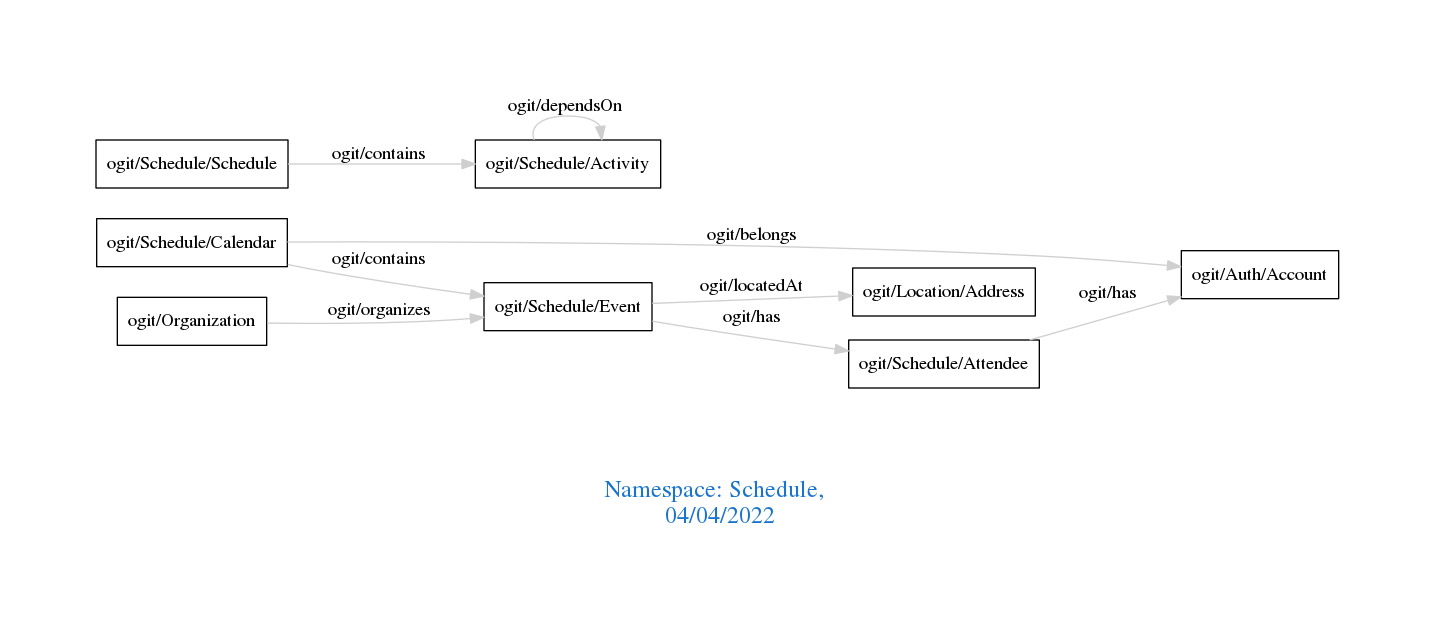
Before: downloads/Schedule.png, a diagram exported from Graphviz (arago/OGIT). Its source is kept beside it as downloads/Schedule.dot.
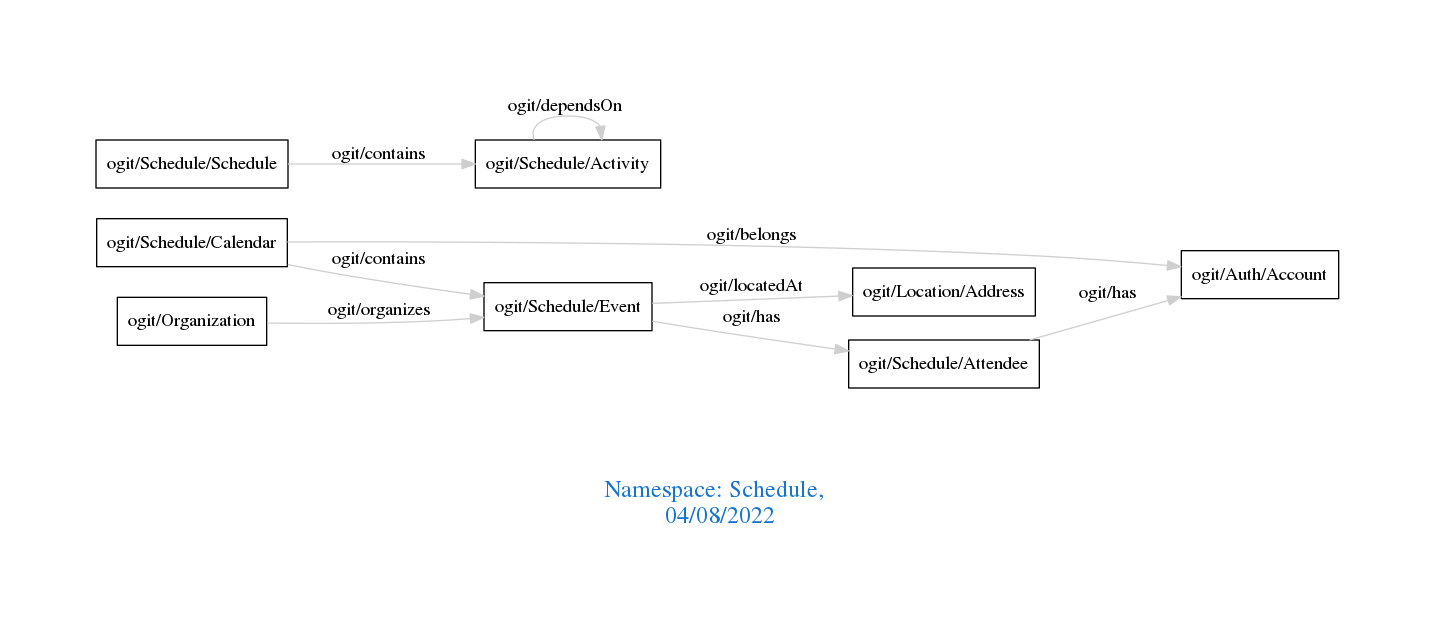
After the commit.

The edit, as a diff of the source:
```diff
@@ -1,7 +1,7 @@
 digraph OGIT_ontology {
  graph [ rankdir= LR,pad=1
 fontsize = 18,
-fontcolor= dodgerblue3,label = "\n\n\nNamespace: Schedule, \n 04/04/2022"];
+fontcolor= dodgerblue3,label = "\n\n\nNamespace: Schedule, \n 04/08/2022"];
 node[shape=polygon];
 edge [  color="gray81"];
 
```
